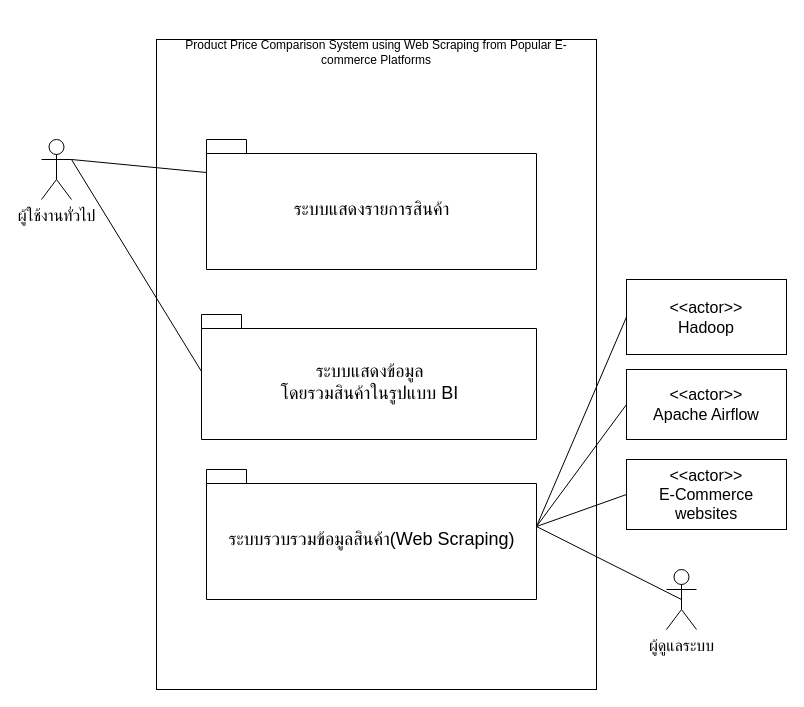
This is Untitled Diagram.drawio from newzyz/Share, a draw.io file, before an edit. Source tidied: cells renumbered, new cells numbered last; positions are measured from the earlier drawing's top-left corner, leaving out a move shared by most shapes. Both pictures are drawn from the tidied source at 100%, with x=0, y=0 at pixel (41, 39).
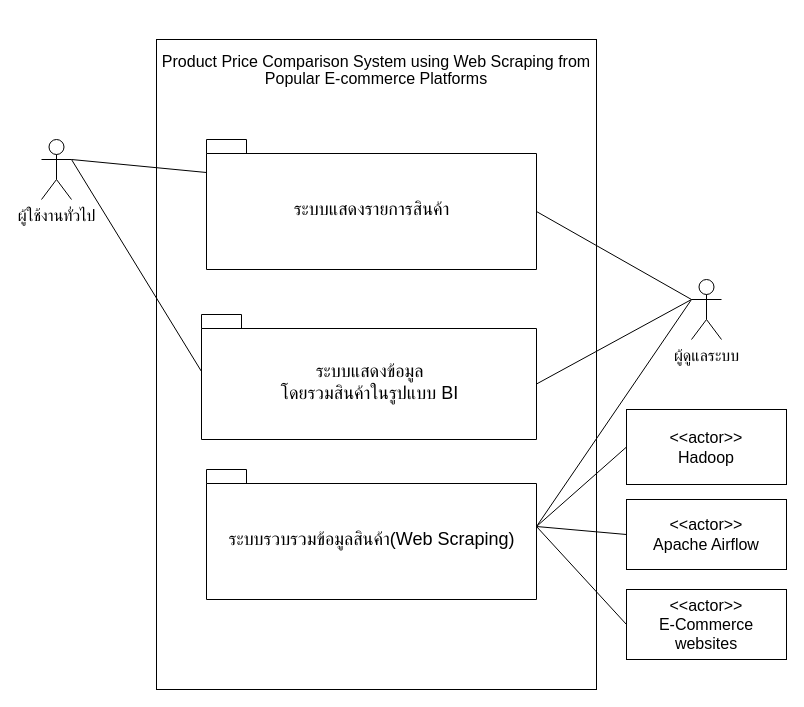
The same diagram, later.

Change to the diagram source:
```diff
@@
 <mxGraphModel>
   <root>
     <mxCell id="0" />
     <mxCell id="1" parent="0" />
-    <mxCell id="2" value="&lt;span style=&quot;line-height: 107% ; font-family: &amp;#34;calibri&amp;#34; , sans-serif&quot;&gt;&lt;font style=&quot;font-size: 12px&quot;&gt;Product Price Comparison System using Web Scraping from Popular E-commerce Platforms&lt;/font&gt;&lt;/span&gt;" style="rounded=0;whiteSpace=wrap;html=1;spacingTop=-125;spacing=5;spacingBottom=500;" parent="1" vertex="1">
+    <mxCell id="2" value="&lt;span style=&quot;line-height: 107% ; font-family: &amp;#34;calibri&amp;#34; , sans-serif ; font-size: 16px&quot;&gt;&lt;font style=&quot;font-size: 16px&quot;&gt;&lt;br&gt;&lt;br&gt;Product Price Comparison System using Web Scraping from Popular E-commerce Platforms&lt;/font&gt;&lt;/span&gt;" style="rounded=0;whiteSpace=wrap;html=1;spacingTop=-125;spacing=5;spacingBottom=500;" parent="1" vertex="1">
       <mxGeometry x="115" width="440" height="650" as="geometry" />
     </mxCell>
     <mxCell id="3" value="&lt;font style=&quot;font-size: 16px&quot;&gt;ผู้ใช้งานทั่วไป&lt;/font&gt;" style="shape=umlActor;verticalLabelPosition=bottom;verticalAlign=top;html=1;outlineConnect=0;hachureGap=4;" parent="1" vertex="1">
       <mxGeometry y="100" width="30" height="60" as="geometry" />
     </mxCell>
     <mxCell id="4" value="&lt;font style=&quot;font-size: 18px ; font-weight: normal&quot;&gt;ระบบแสดงรายการสินค้า&lt;/font&gt;" style="shape=folder;fontStyle=1;spacingTop=10;tabWidth=40;tabHeight=14;tabPosition=left;html=1;hachureGap=4;" parent="1" vertex="1">
       <mxGeometry x="165" y="100" width="330" height="130" as="geometry" />
     </mxCell>
     <mxCell id="5" style="endArrow=none;html=1;startSize=14;endSize=14;sourcePerimeterSpacing=8;targetPerimeterSpacing=8;entryX=0;entryY=0;entryDx=0;entryDy=33;entryPerimeter=0;exitX=1;exitY=0.3333333333333333;exitDx=0;exitDy=0;exitPerimeter=0;" parent="1" edge="1" source="3" target="4">
       <mxGeometry relative="1" as="geometry" />
     </mxCell>
     <mxCell id="6" value="&lt;font style=&quot;font-size: 18px ; font-weight: normal&quot;&gt;ระบบแสดงข้อมูล&lt;br&gt;โดยรวมสินค้าในรูปแบบ BI&lt;/font&gt;" style="shape=folder;fontStyle=1;spacingTop=10;tabWidth=40;tabHeight=14;tabPosition=left;html=1;hachureGap=4;" parent="1" vertex="1">
       <mxGeometry x="160" y="275" width="335" height="125" as="geometry" />
     </mxCell>
     <mxCell id="7" style="endArrow=none;html=1;startSize=14;endSize=14;sourcePerimeterSpacing=8;targetPerimeterSpacing=8;entryX=1;entryY=0.3333333333333333;entryDx=0;entryDy=0;entryPerimeter=0;exitX=0;exitY=0;exitDx=0;exitDy=57;exitPerimeter=0;" parent="1" edge="1" source="6" target="3">
       <mxGeometry relative="1" as="geometry" />
     </mxCell>
     <mxCell id="8" value="&lt;font style=&quot;font-size: 18px ; font-weight: normal&quot;&gt;ระบบรวบรวมข้อมูลสินค้า(Web Scraping)&lt;/font&gt;" style="shape=folder;fontStyle=1;spacingTop=10;tabWidth=40;tabHeight=14;tabPosition=left;html=1;hachureGap=4;" parent="1" vertex="1">
       <mxGeometry x="165" y="430" width="330" height="130" as="geometry" />
     </mxCell>
     <mxCell id="9" value="&lt;font style=&quot;font-size: 16px&quot;&gt;&amp;lt;&amp;lt;actor&amp;gt;&amp;gt;&lt;br&gt;E-Commerce websites&lt;/font&gt;" style="rounded=0;whiteSpace=wrap;html=1;hachureGap=4;" parent="1" vertex="1">
-      <mxGeometry x="585" y="420" width="160" height="70" as="geometry" />
+      <mxGeometry x="585" y="550" width="160" height="70" as="geometry" />
     </mxCell>
     <mxCell id="10" style="endArrow=none;html=1;entryX=0;entryY=0.5;entryDx=0;entryDy=0;exitX=0;exitY=0;exitDx=330;exitDy=57;exitPerimeter=0;" parent="1" edge="1" source="8" target="9">
       <mxGeometry relative="1" as="geometry" />
     </mxCell>
     <mxCell id="11" value="&lt;font style=&quot;font-size: 16px&quot;&gt;ผู้ดูแลระบบ&lt;/font&gt;" style="shape=umlActor;verticalLabelPosition=bottom;verticalAlign=top;html=1;outlineConnect=0;" parent="1" vertex="1">
-      <mxGeometry x="625" y="530" width="30" height="60" as="geometry" />
+      <mxGeometry x="650" y="240" width="30" height="60" as="geometry" />
     </mxCell>
-    <mxCell id="12" style="endArrow=none;html=1;entryX=0.5;entryY=0.5;entryDx=0;entryDy=0;entryPerimeter=0;exitX=0;exitY=0;exitDx=330;exitDy=57;exitPerimeter=0;" parent="1" edge="1" source="8" target="11">
+    <mxCell id="12" style="endArrow=none;html=1;entryX=0;entryY=0.3333333333333333;entryDx=0;entryDy=0;entryPerimeter=0;exitX=0;exitY=0;exitDx=330;exitDy=57;exitPerimeter=0;" parent="1" edge="1" source="8" target="11">
       <mxGeometry relative="1" as="geometry" />
     </mxCell>
     <mxCell id="13" value="&lt;font style=&quot;font-size: 16px&quot;&gt;&amp;lt;&amp;lt;actor&amp;gt;&amp;gt;&lt;br&gt;Apache Airflow&lt;/font&gt;" style="rounded=0;whiteSpace=wrap;html=1;" parent="1" vertex="1">
-      <mxGeometry x="585" y="330" width="160" height="70" as="geometry" />
+      <mxGeometry x="585" y="460" width="160" height="70" as="geometry" />
     </mxCell>
     <mxCell id="14" style="endArrow=none;html=1;rounded=0;fontSize=16;entryX=0;entryY=0.5;entryDx=0;entryDy=0;exitX=0;exitY=0;exitDx=330;exitDy=57;exitPerimeter=0;" parent="1" edge="1" source="8" target="13">
       <mxGeometry relative="1" as="geometry" />
     </mxCell>
     <mxCell id="15" value="&amp;lt;&amp;lt;actor&amp;gt;&amp;gt;&lt;br&gt;Hadoop" style="rounded=0;whiteSpace=wrap;html=1;fontSize=16;" parent="1" vertex="1">
-      <mxGeometry x="585" y="240" width="160" height="75" as="geometry" />
+      <mxGeometry x="585" y="370" width="160" height="75" as="geometry" />
     </mxCell>
     <mxCell id="16" style="endArrow=none;html=1;rounded=0;fontSize=16;entryX=0;entryY=0.5;entryDx=0;entryDy=0;exitX=0;exitY=0;exitDx=330;exitDy=57;exitPerimeter=0;" parent="1" edge="1" source="8" target="15">
       <mxGeometry relative="1" as="geometry" />
     </mxCell>
+    <mxCell id="17" style="endArrow=none;html=1;rounded=0;entryX=0;entryY=0.3333333333333333;entryDx=0;entryDy=0;entryPerimeter=0;exitX=0;exitY=0;exitDx=335;exitDy=69.5;exitPerimeter=0;" parent="1" edge="1" source="6" target="11">
+      <mxGeometry relative="1" as="geometry" />
+    </mxCell>
+    <mxCell id="18" style="endArrow=none;html=1;rounded=0;entryX=0;entryY=0.3333333333333333;entryDx=0;entryDy=0;entryPerimeter=0;exitX=0;exitY=0;exitDx=330;exitDy=72;exitPerimeter=0;" parent="1" edge="1" source="4" target="11">
+      <mxGeometry relative="1" as="geometry" />
+    </mxCell>
   </root>
 </mxGraphModel>
```
